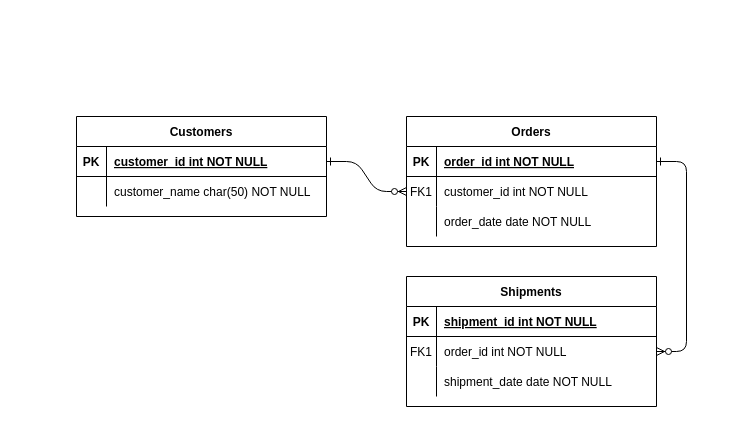
Earlier version of the draw.io diagram TinyWorld/Untitled Diagram.drawio (SeanAnthonyThomasBaker/Hana). Source tidied: cells renumbered, new cells numbered last; positions are measured from the earlier drawing's top-left corner, leaving out a move shared by most shapes. Both pictures are drawn from the tidied source at 100%, with x=0, y=0 at pixel (76, 116).
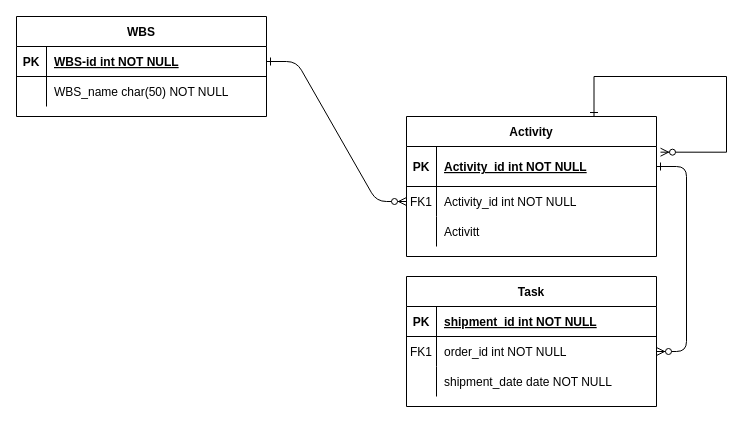
Above is the later version.

The change refers to these unchanged cells:
```xml
<mxCell id="25" style="shape=partialRectangle;fillColor=none;points=[[0,0.5],[1,0.5]];portConstraint=eastwest;top=0;left=0;right=0;bottom=1;" parent="24" vertex="1">
  <mxGeometry y="30" width="250" height="30" as="geometry" />
</mxCell>
<mxCell id="28" style="shape=partialRectangle;fillColor=none;top=0;left=0;right=0;bottom=0;" parent="24" vertex="1">
  <mxGeometry y="60" width="250" height="30" as="geometry" />
</mxCell>
```

Change to the diagram source:
```diff
@@
-    <mxCell id="4" value="Orders" style="shape=table;startSize=30;childLayout=tableLayout;rowLines=0;fontStyle=1;align=center;" parent="1" vertex="1">
-      <mxGeometry x="330" width="250" height="130" as="geometry" />
+    <mxCell id="4" value="Activity" style="shape=table;startSize=30;childLayout=tableLayout;rowLines=0;fontStyle=1;align=center;" parent="1" vertex="1">
+      <mxGeometry x="330" width="250" height="140" as="geometry" />
     </mxCell>
     <mxCell id="5" style="shape=partialRectangle;fillColor=none;points=[[0,0.5],[1,0.5]];portConstraint=eastwest;top=0;left=0;right=0;bottom=1;" parent="4" vertex="1">
-      <mxGeometry y="30" width="250" height="30" as="geometry" />
+      <mxGeometry y="30" width="250" height="40" as="geometry" />
     </mxCell>
     <mxCell id="6" value="PK" style="shape=partialRectangle;overflow=hidden;fillColor=none;top=0;left=0;bottom=0;right=0;fontStyle=1;" parent="5" vertex="1">
-      <mxGeometry width="30" height="30" as="geometry" />
+      <mxGeometry width="30" height="40" as="geometry" />
     </mxCell>
-    <mxCell id="7" value="order_id int NOT NULL " style="shape=partialRectangle;overflow=hidden;fillColor=none;top=0;left=0;bottom=0;right=0;align=left;spacingLeft=6;fontStyle=5;" parent="5" vertex="1">
-      <mxGeometry x="30" width="220" height="30" as="geometry" />
+    <mxCell id="7" value="Activity_id int NOT NULL " style="shape=partialRectangle;overflow=hidden;fillColor=none;top=0;left=0;bottom=0;right=0;align=left;spacingLeft=6;fontStyle=5;" parent="5" vertex="1">
+      <mxGeometry x="30" width="220" height="40" as="geometry" />
     </mxCell>
     <mxCell id="8" style="shape=partialRectangle;fillColor=none;points=[[0,0.5],[1,0.5]];portConstraint=eastwest;top=0;left=0;right=0;bottom=0;" parent="4" vertex="1">
-      <mxGeometry y="60" width="250" height="30" as="geometry" />
+      <mxGeometry y="70" width="250" height="30" as="geometry" />
     </mxCell>
@@
-    <mxCell id="10" value="customer_id int NOT NULL" style="shape=partialRectangle;overflow=hidden;fillColor=none;top=0;left=0;bottom=0;right=0;align=left;spacingLeft=6;" parent="8" vertex="1">
+    <mxCell id="10" value="Activity_id int NOT NULL" style="shape=partialRectangle;overflow=hidden;fillColor=none;top=0;left=0;bottom=0;right=0;align=left;spacingLeft=6;" parent="8" vertex="1">
       <mxGeometry x="30" width="220" height="30" as="geometry" />
     </mxCell>
     <mxCell id="11" style="shape=partialRectangle;fillColor=none;top=0;left=0;right=0;bottom=0;" parent="4" vertex="1">
-      <mxGeometry y="90" width="250" height="30" as="geometry" />
+      <mxGeometry y="100" width="250" height="30" as="geometry" />
     </mxCell>
@@
-    <mxCell id="13" value="order_date date NOT NULL" style="shape=partialRectangle;overflow=hidden;fillColor=none;top=0;left=0;bottom=0;right=0;align=left;spacingLeft=6;" parent="11" vertex="1">
+    <mxCell id="13" value="Activitt" style="shape=partialRectangle;overflow=hidden;fillColor=none;top=0;left=0;bottom=0;right=0;align=left;spacingLeft=6;" parent="11" vertex="1">
       <mxGeometry x="30" width="220" height="30" as="geometry" />
     </mxCell>
+    <mxCell id="31" style="edgeStyle=orthogonalEdgeStyle;rounded=0;jettySize=auto;html=1;exitX=0.75;exitY=0;exitDx=0;exitDy=0;entryX=1.016;entryY=0.142;entryDx=0;entryDy=0;entryPerimeter=0;endArrow=ERzeroToMany;endFill=1;startArrow=ERone;startFill=0;" parent="4" edge="1" source="4" target="5">
+      <mxGeometry relative="1" as="geometry">
+        <Array as="points">
+          <mxPoint x="188" y="-40" />
+          <mxPoint x="320" y="-40" />
+          <mxPoint x="320" y="36" />
+        </Array>
+      </mxGeometry>
+    </mxCell>
-    <mxCell id="14" value="Shipments" style="shape=table;startSize=30;childLayout=tableLayout;rowLines=0;fontStyle=1;align=center;" parent="1" vertex="1">
+    <mxCell id="14" value="Task" style="shape=table;startSize=30;childLayout=tableLayout;rowLines=0;fontStyle=1;align=center;" parent="1" vertex="1">
       <mxGeometry x="330" y="160" width="250" height="130" as="geometry" />
     </mxCell>
@@
-    <mxCell id="24" value="Customers" style="shape=table;startSize=30;childLayout=tableLayout;rowLines=0;fontStyle=1;align=center;" parent="1" vertex="1">
-      <mxGeometry width="250" height="100" as="geometry" />
+    <mxCell id="24" value="WBS" style="shape=table;startSize=30;childLayout=tableLayout;rowLines=0;fontStyle=1;align=center;" parent="1" vertex="1">
+      <mxGeometry x="-60" y="-100" width="250" height="100" as="geometry" />
     </mxCell>
@@
-    <mxCell id="27" value="customer_id int NOT NULL " style="shape=partialRectangle;overflow=hidden;fillColor=none;top=0;left=0;bottom=0;right=0;align=left;spacingLeft=6;fontStyle=5;" parent="25" vertex="1">
+    <mxCell id="27" value="WBS-id int NOT NULL " style="shape=partialRectangle;overflow=hidden;fillColor=none;top=0;left=0;bottom=0;right=0;align=left;spacingLeft=6;fontStyle=5;" parent="25" vertex="1">
       <mxGeometry x="30" width="220" height="30" as="geometry" />
     </mxCell>
@@
-    <mxCell id="30" value="customer_name char(50) NOT NULL" style="shape=partialRectangle;overflow=hidden;fillColor=none;top=0;left=0;bottom=0;right=0;align=left;spacingLeft=6;" parent="28" vertex="1">
+    <mxCell id="30" value="WBS_name char(50) NOT NULL" style="shape=partialRectangle;overflow=hidden;fillColor=none;top=0;left=0;bottom=0;right=0;align=left;spacingLeft=6;" parent="28" vertex="1">
       <mxGeometry x="30" width="220" height="30" as="geometry" />
     </mxCell>
```
